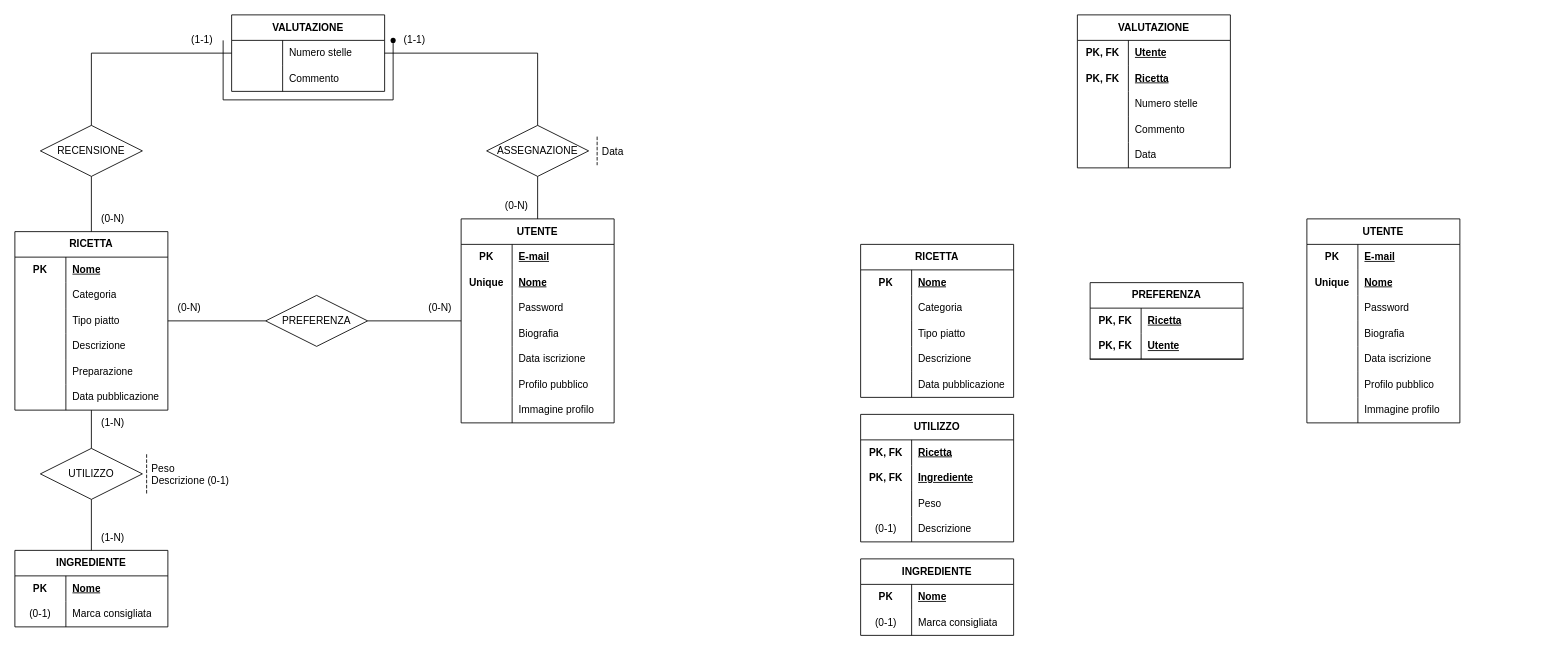
Uni-cooked/uni-cooked keeps this draw.io diagram as DB uni-cooked.drawio. Above is the earlier version. Source tidied: cells renumbered, new cells numbered last; positions are measured from the earlier drawing's top-left corner, leaving out a move shared by most shapes. Both pictures are drawn from the tidied source at 85%, with x=0, y=0 at pixel (14, 14).
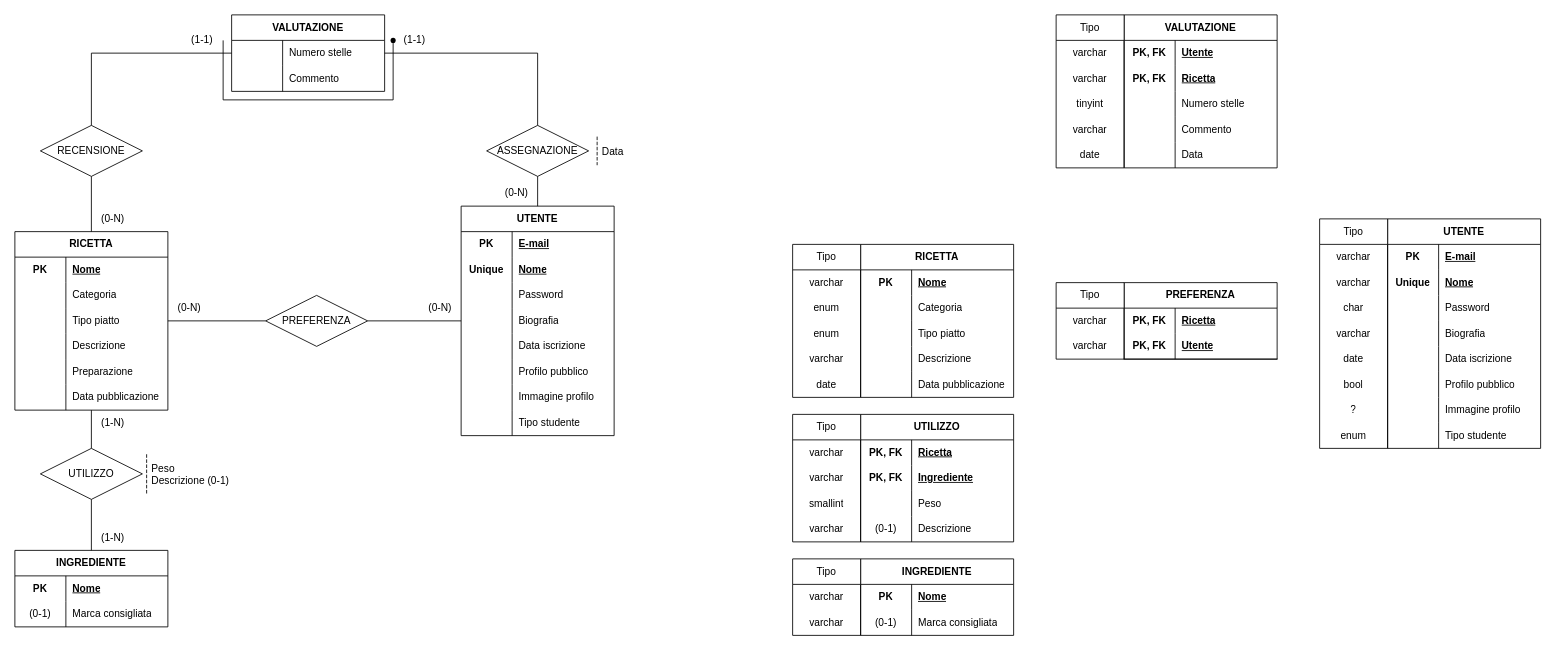
The same diagram, later.

Diff of the diagram source:
```diff
@@
     <mxCell id="33" value="UTENTE" style="shape=table;startSize=30;childLayout=tableLayout;rowLines=0;fontStyle=1;align=center;html=1;whiteSpace=wrap;" parent="1" vertex="1">
-      <mxGeometry x="525" y="240" width="180" height="240" as="geometry" />
+      <mxGeometry x="525" y="225" width="180" height="270" as="geometry" />
     </mxCell>
@@
+    <mxCell id="164" style="shape=tableRow;horizontal=0;startSize=0;swimlaneHead=0;swimlaneBody=0;fillColor=none;top=0;left=0;right=0;bottom=0;html=1;" parent="33" vertex="1">
+      <mxGeometry y="240" width="180" height="30" as="geometry" />
+    </mxCell>
+    <mxCell id="165" style="shape=partialRectangle;fillColor=none;top=0;left=0;bottom=0;right=0;overflow=hidden;html=1;whiteSpace=wrap;" parent="164" vertex="1">
+      <mxGeometry width="60" height="30" as="geometry" />
+    </mxCell>
+    <mxCell id="166" value="Tipo studente" style="shape=partialRectangle;fillColor=none;top=0;left=0;bottom=0;right=0;align=left;spacingLeft=6;overflow=hidden;html=1;whiteSpace=wrap;" parent="164" vertex="1">
+      <mxGeometry x="60" width="120" height="30" as="geometry" />
+    </mxCell>
@@
     <mxCell id="76" value="(0-N)" style="text;html=1;align=center;verticalAlign=middle;strokeColor=none;fillColor=none;" parent="1" vertex="1">
-      <mxGeometry x="565" y="210" width="50" height="30" as="geometry" />
+      <mxGeometry x="565" y="195" width="50" height="30" as="geometry" />
     </mxCell>
@@
     <mxCell id="106" value="UTENTE" style="shape=table;startSize=30;childLayout=tableLayout;rowLines=0;fontStyle=1;align=center;html=1;whiteSpace=wrap;" parent="1" vertex="1">
-      <mxGeometry x="1520" y="240" width="180" height="240" as="geometry" />
+      <mxGeometry x="1615" y="240" width="180" height="270" as="geometry" />
     </mxCell>
@@
+    <mxCell id="167" style="shape=tableRow;horizontal=0;startSize=0;swimlaneHead=0;swimlaneBody=0;fillColor=none;top=0;left=0;right=0;bottom=0;html=1;" parent="106" vertex="1">
+      <mxGeometry y="240" width="180" height="30" as="geometry" />
+    </mxCell>
+    <mxCell id="168" style="shape=partialRectangle;fillColor=none;top=0;left=0;bottom=0;right=0;overflow=hidden;html=1;whiteSpace=wrap;" parent="167" vertex="1">
+      <mxGeometry width="60" height="30" as="geometry" />
+    </mxCell>
+    <mxCell id="169" value="Tipo studente" style="shape=partialRectangle;fillColor=none;top=0;left=0;bottom=0;right=0;align=left;spacingLeft=6;overflow=hidden;html=1;whiteSpace=wrap;" parent="167" vertex="1">
+      <mxGeometry x="60" width="120" height="30" as="geometry" />
+    </mxCell>
     <mxCell id="128" value="VALUTAZIONE" style="shape=table;startSize=30;childLayout=tableLayout;rowLines=0;fontStyle=1;align=center;html=1;whiteSpace=wrap;" parent="1" vertex="1">
-      <mxGeometry x="1250" width="180" height="180" as="geometry" />
+      <mxGeometry x="1305" width="180" height="180" as="geometry" />
     </mxCell>
@@
     <mxCell id="157" value="PREFERENZA" style="shape=table;startSize=30;childLayout=tableLayout;rowLines=0;fontStyle=1;align=center;html=1;whiteSpace=wrap;" parent="1" vertex="1">
-      <mxGeometry x="1265" y="315" width="180" height="90" as="geometry" />
+      <mxGeometry x="1305" y="315" width="180" height="90" as="geometry" />
     </mxCell>
@@
+    <mxCell id="170" value="Tipo" style="swimlane;fontStyle=0;horizontal=1;startSize=30;whiteSpace=wrap;html=1;" parent="1" vertex="1">
+      <mxGeometry x="915" y="270" width="80" height="180" as="geometry" />
+    </mxCell>
+    <mxCell id="171" value="varchar" style="text;strokeColor=none;fillColor=none;align=center;verticalAlign=middle;spacingLeft=4;spacingRight=4;overflow=hidden;whiteSpace=wrap;html=1;" parent="170" vertex="1">
+      <mxGeometry y="30" width="80" height="30" as="geometry" />
+    </mxCell>
+    <mxCell id="172" value="enum" style="text;strokeColor=none;fillColor=none;align=center;verticalAlign=middle;spacingLeft=4;spacingRight=4;overflow=hidden;whiteSpace=wrap;html=1;" parent="170" vertex="1">
+      <mxGeometry y="60" width="80" height="30" as="geometry" />
+    </mxCell>
+    <mxCell id="173" value="enum" style="text;strokeColor=none;fillColor=none;align=center;verticalAlign=middle;spacingLeft=4;spacingRight=4;overflow=hidden;whiteSpace=wrap;html=1;" parent="170" vertex="1">
+      <mxGeometry y="90" width="80" height="30" as="geometry" />
+    </mxCell>
+    <mxCell id="174" value="varchar" style="text;strokeColor=none;fillColor=none;align=center;verticalAlign=middle;spacingLeft=4;spacingRight=4;overflow=hidden;whiteSpace=wrap;html=1;" parent="170" vertex="1">
+      <mxGeometry y="120" width="80" height="30" as="geometry" />
+    </mxCell>
+    <mxCell id="175" value="date" style="text;strokeColor=none;fillColor=none;align=center;verticalAlign=middle;spacingLeft=4;spacingRight=4;overflow=hidden;whiteSpace=wrap;html=1;" parent="170" vertex="1">
+      <mxGeometry y="150" width="80" height="30" as="geometry" />
+    </mxCell>
+    <mxCell id="176" value="Tipo" style="swimlane;fontStyle=0;horizontal=1;startSize=30;whiteSpace=wrap;html=1;" parent="1" vertex="1">
+      <mxGeometry x="1225" y="315" width="80" height="90" as="geometry" />
+    </mxCell>
+    <mxCell id="177" value="varchar" style="text;strokeColor=none;fillColor=none;align=center;verticalAlign=middle;spacingLeft=4;spacingRight=4;overflow=hidden;whiteSpace=wrap;html=1;" parent="176" vertex="1">
+      <mxGeometry y="30" width="80" height="30" as="geometry" />
+    </mxCell>
+    <mxCell id="178" value="varchar" style="text;strokeColor=none;fillColor=none;align=center;verticalAlign=middle;spacingLeft=4;spacingRight=4;overflow=hidden;whiteSpace=wrap;html=1;" parent="176" vertex="1">
+      <mxGeometry y="60" width="80" height="30" as="geometry" />
+    </mxCell>
+    <mxCell id="179" value="Tipo" style="swimlane;fontStyle=0;horizontal=1;startSize=30;whiteSpace=wrap;html=1;" parent="1" vertex="1">
+      <mxGeometry x="1535" y="240" width="80" height="270" as="geometry" />
+    </mxCell>
+    <mxCell id="180" value="varchar" style="text;strokeColor=none;fillColor=none;align=center;verticalAlign=middle;spacingLeft=4;spacingRight=4;overflow=hidden;whiteSpace=wrap;html=1;" parent="179" vertex="1">
+      <mxGeometry y="30" width="80" height="30" as="geometry" />
+    </mxCell>
+    <mxCell id="181" value="varchar" style="text;strokeColor=none;fillColor=none;align=center;verticalAlign=middle;spacingLeft=4;spacingRight=4;overflow=hidden;whiteSpace=wrap;html=1;" parent="179" vertex="1">
+      <mxGeometry y="60" width="80" height="30" as="geometry" />
+    </mxCell>
+    <mxCell id="182" value="char" style="text;strokeColor=none;fillColor=none;align=center;verticalAlign=middle;spacingLeft=4;spacingRight=4;overflow=hidden;whiteSpace=wrap;html=1;" parent="179" vertex="1">
+      <mxGeometry y="90" width="80" height="30" as="geometry" />
+    </mxCell>
+    <mxCell id="183" value="varchar" style="text;strokeColor=none;fillColor=none;align=center;verticalAlign=middle;spacingLeft=4;spacingRight=4;overflow=hidden;whiteSpace=wrap;html=1;" parent="179" vertex="1">
+      <mxGeometry y="120" width="80" height="30" as="geometry" />
+    </mxCell>
+    <mxCell id="184" value="date" style="text;strokeColor=none;fillColor=none;align=center;verticalAlign=middle;spacingLeft=4;spacingRight=4;overflow=hidden;whiteSpace=wrap;html=1;" parent="179" vertex="1">
+      <mxGeometry y="150" width="80" height="30" as="geometry" />
+    </mxCell>
+    <mxCell id="185" value="bool" style="text;strokeColor=none;fillColor=none;align=center;verticalAlign=middle;spacingLeft=4;spacingRight=4;overflow=hidden;whiteSpace=wrap;html=1;" parent="179" vertex="1">
+      <mxGeometry y="180" width="80" height="30" as="geometry" />
+    </mxCell>
+    <mxCell id="186" value="?" style="text;strokeColor=none;fillColor=none;align=center;verticalAlign=middle;spacingLeft=4;spacingRight=4;overflow=hidden;whiteSpace=wrap;html=1;" parent="179" vertex="1">
+      <mxGeometry y="210" width="80" height="30" as="geometry" />
+    </mxCell>
+    <mxCell id="187" value="enum" style="text;strokeColor=none;fillColor=none;align=center;verticalAlign=middle;spacingLeft=4;spacingRight=4;overflow=hidden;whiteSpace=wrap;html=1;" parent="179" vertex="1">
+      <mxGeometry y="240" width="80" height="30" as="geometry" />
+    </mxCell>
+    <mxCell id="188" value="Tipo" style="swimlane;fontStyle=0;horizontal=1;startSize=30;whiteSpace=wrap;html=1;" parent="1" vertex="1">
+      <mxGeometry x="915" y="470" width="80" height="150" as="geometry" />
+    </mxCell>
+    <mxCell id="189" value="varchar" style="text;strokeColor=none;fillColor=none;align=center;verticalAlign=middle;spacingLeft=4;spacingRight=4;overflow=hidden;whiteSpace=wrap;html=1;" parent="188" vertex="1">
+      <mxGeometry y="30" width="80" height="30" as="geometry" />
+    </mxCell>
+    <mxCell id="190" value="varchar" style="text;strokeColor=none;fillColor=none;align=center;verticalAlign=middle;spacingLeft=4;spacingRight=4;overflow=hidden;whiteSpace=wrap;html=1;" parent="188" vertex="1">
+      <mxGeometry y="60" width="80" height="30" as="geometry" />
+    </mxCell>
+    <mxCell id="191" value="smallint" style="text;strokeColor=none;fillColor=none;align=center;verticalAlign=middle;spacingLeft=4;spacingRight=4;overflow=hidden;whiteSpace=wrap;html=1;" parent="188" vertex="1">
+      <mxGeometry y="90" width="80" height="30" as="geometry" />
+    </mxCell>
+    <mxCell id="192" value="varchar" style="text;strokeColor=none;fillColor=none;align=center;verticalAlign=middle;spacingLeft=4;spacingRight=4;overflow=hidden;whiteSpace=wrap;html=1;" parent="188" vertex="1">
+      <mxGeometry y="120" width="80" height="30" as="geometry" />
+    </mxCell>
+    <mxCell id="193" value="Tipo" style="swimlane;fontStyle=0;horizontal=1;startSize=30;whiteSpace=wrap;html=1;" parent="1" vertex="1">
+      <mxGeometry x="915" y="640" width="80" height="90" as="geometry" />
+    </mxCell>
+    <mxCell id="194" value="varchar" style="text;strokeColor=none;fillColor=none;align=center;verticalAlign=middle;spacingLeft=4;spacingRight=4;overflow=hidden;whiteSpace=wrap;html=1;" parent="193" vertex="1">
+      <mxGeometry y="30" width="80" height="30" as="geometry" />
+    </mxCell>
+    <mxCell id="195" value="varchar" style="text;strokeColor=none;fillColor=none;align=center;verticalAlign=middle;spacingLeft=4;spacingRight=4;overflow=hidden;whiteSpace=wrap;html=1;" parent="193" vertex="1">
+      <mxGeometry y="60" width="80" height="30" as="geometry" />
+    </mxCell>
+    <mxCell id="196" value="Tipo" style="swimlane;fontStyle=0;horizontal=1;startSize=30;whiteSpace=wrap;html=1;" parent="1" vertex="1">
+      <mxGeometry x="1225" width="80" height="180" as="geometry" />
+    </mxCell>
+    <mxCell id="197" value="varchar" style="text;strokeColor=none;fillColor=none;align=center;verticalAlign=middle;spacingLeft=4;spacingRight=4;overflow=hidden;whiteSpace=wrap;html=1;" parent="196" vertex="1">
+      <mxGeometry y="30" width="80" height="30" as="geometry" />
+    </mxCell>
+    <mxCell id="198" value="varchar" style="text;strokeColor=none;fillColor=none;align=center;verticalAlign=middle;spacingLeft=4;spacingRight=4;overflow=hidden;whiteSpace=wrap;html=1;" parent="196" vertex="1">
+      <mxGeometry y="60" width="80" height="30" as="geometry" />
+    </mxCell>
+    <mxCell id="199" value="tinyint" style="text;strokeColor=none;fillColor=none;align=center;verticalAlign=middle;spacingLeft=4;spacingRight=4;overflow=hidden;whiteSpace=wrap;html=1;" parent="196" vertex="1">
+      <mxGeometry y="90" width="80" height="30" as="geometry" />
+    </mxCell>
+    <mxCell id="200" value="varchar" style="text;strokeColor=none;fillColor=none;align=center;verticalAlign=middle;spacingLeft=4;spacingRight=4;overflow=hidden;whiteSpace=wrap;html=1;" parent="196" vertex="1">
+      <mxGeometry y="120" width="80" height="30" as="geometry" />
+    </mxCell>
+    <mxCell id="201" value="date" style="text;strokeColor=none;fillColor=none;align=center;verticalAlign=middle;spacingLeft=4;spacingRight=4;overflow=hidden;whiteSpace=wrap;html=1;" parent="196" vertex="1">
+      <mxGeometry y="150" width="80" height="30" as="geometry" />
+    </mxCell>
```
